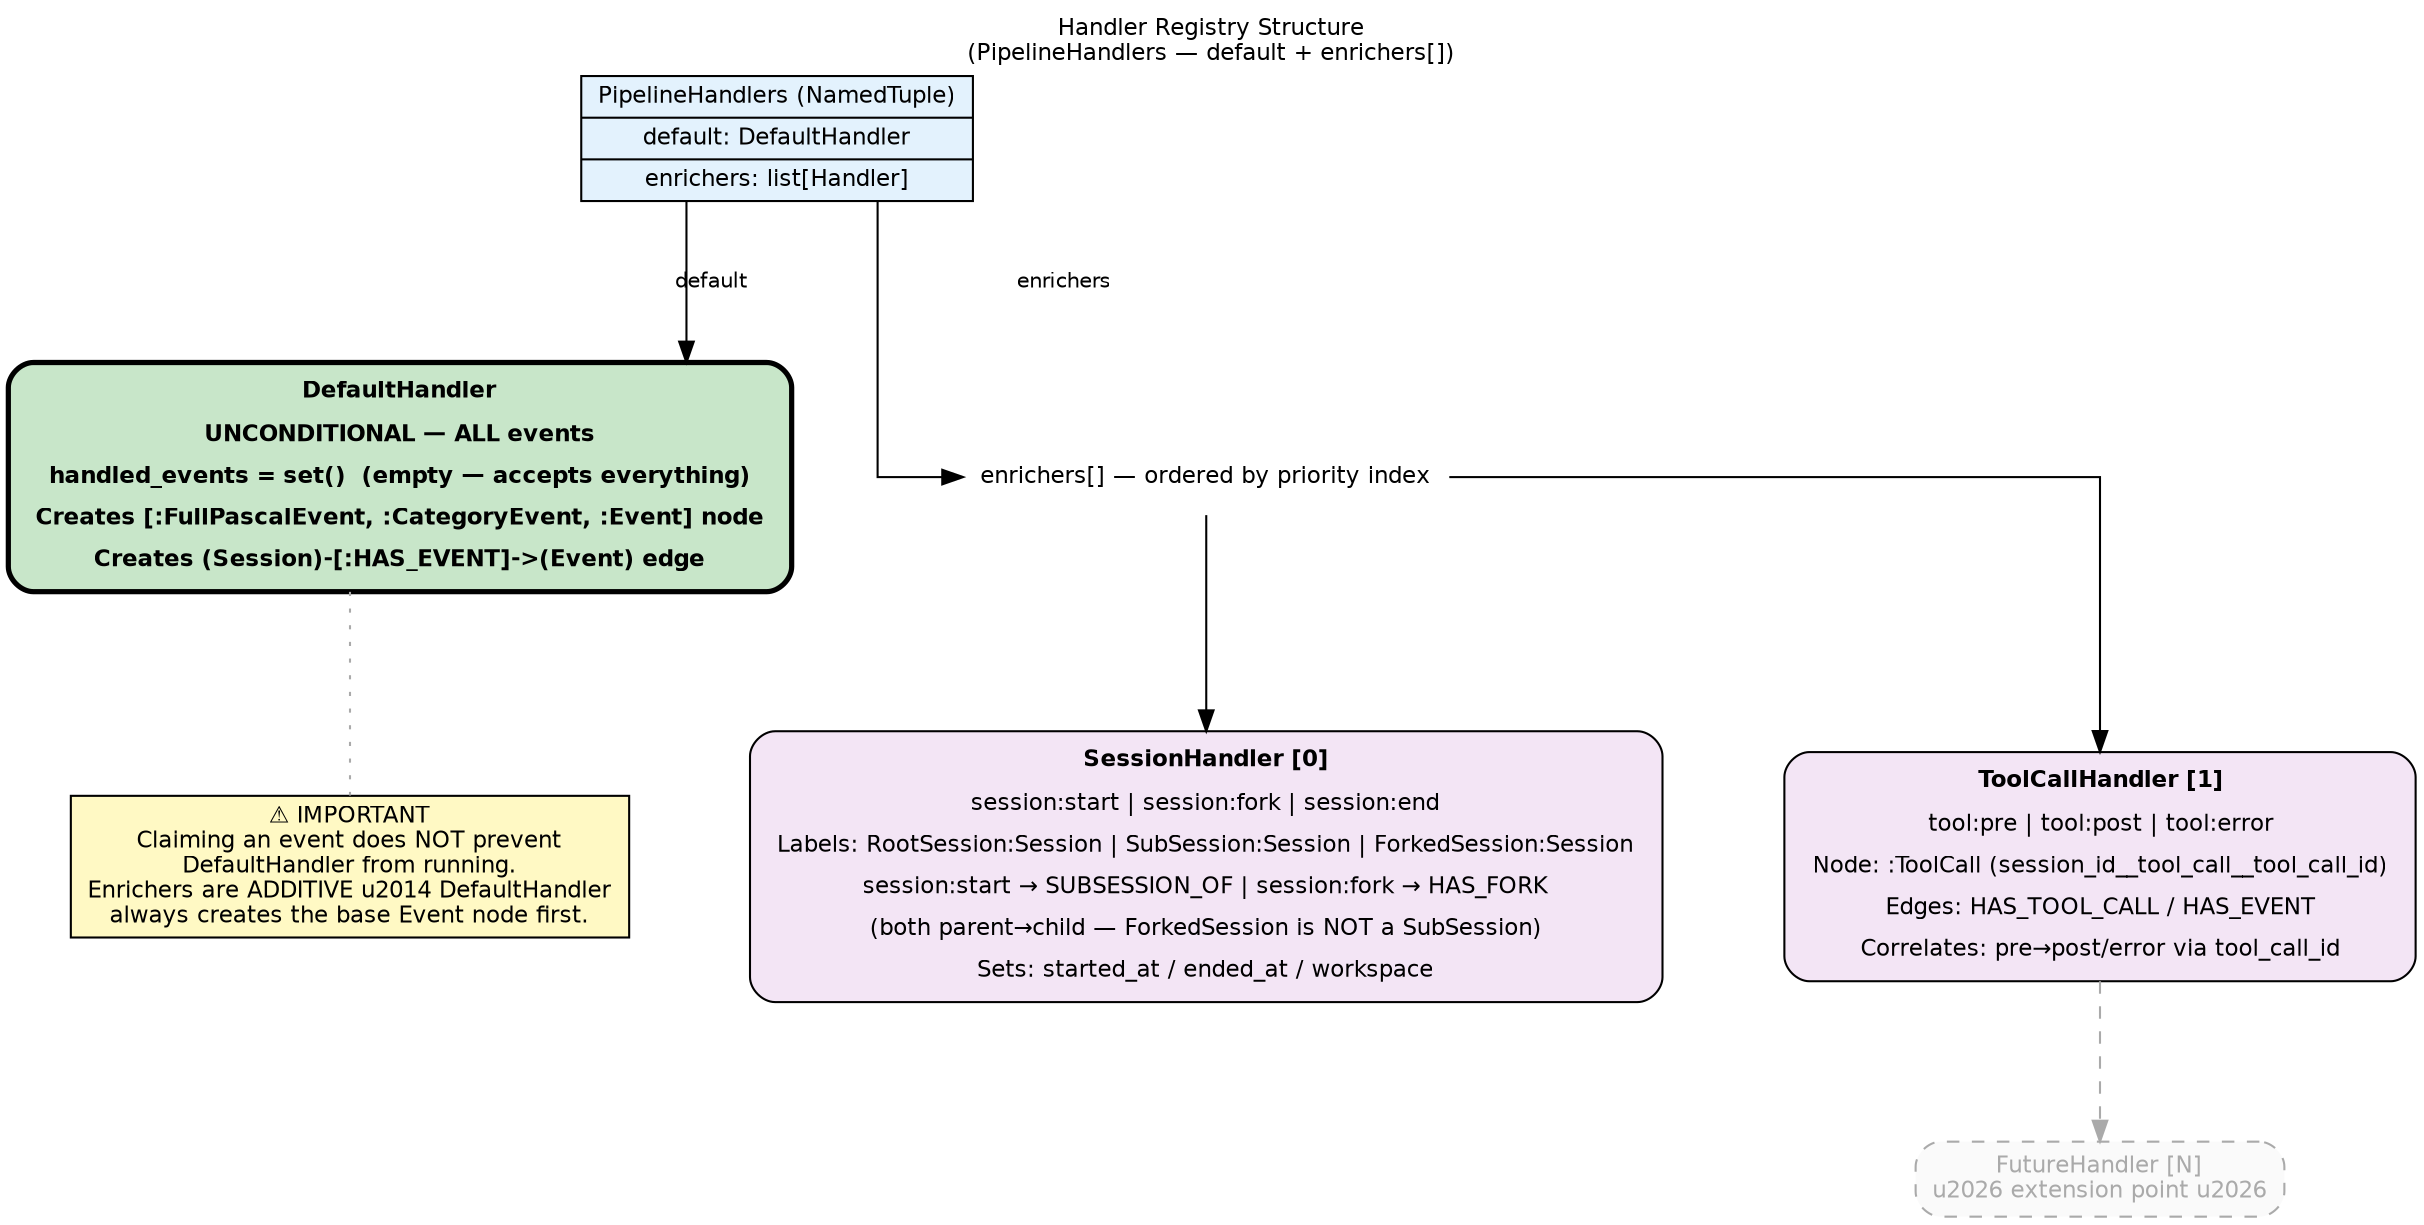
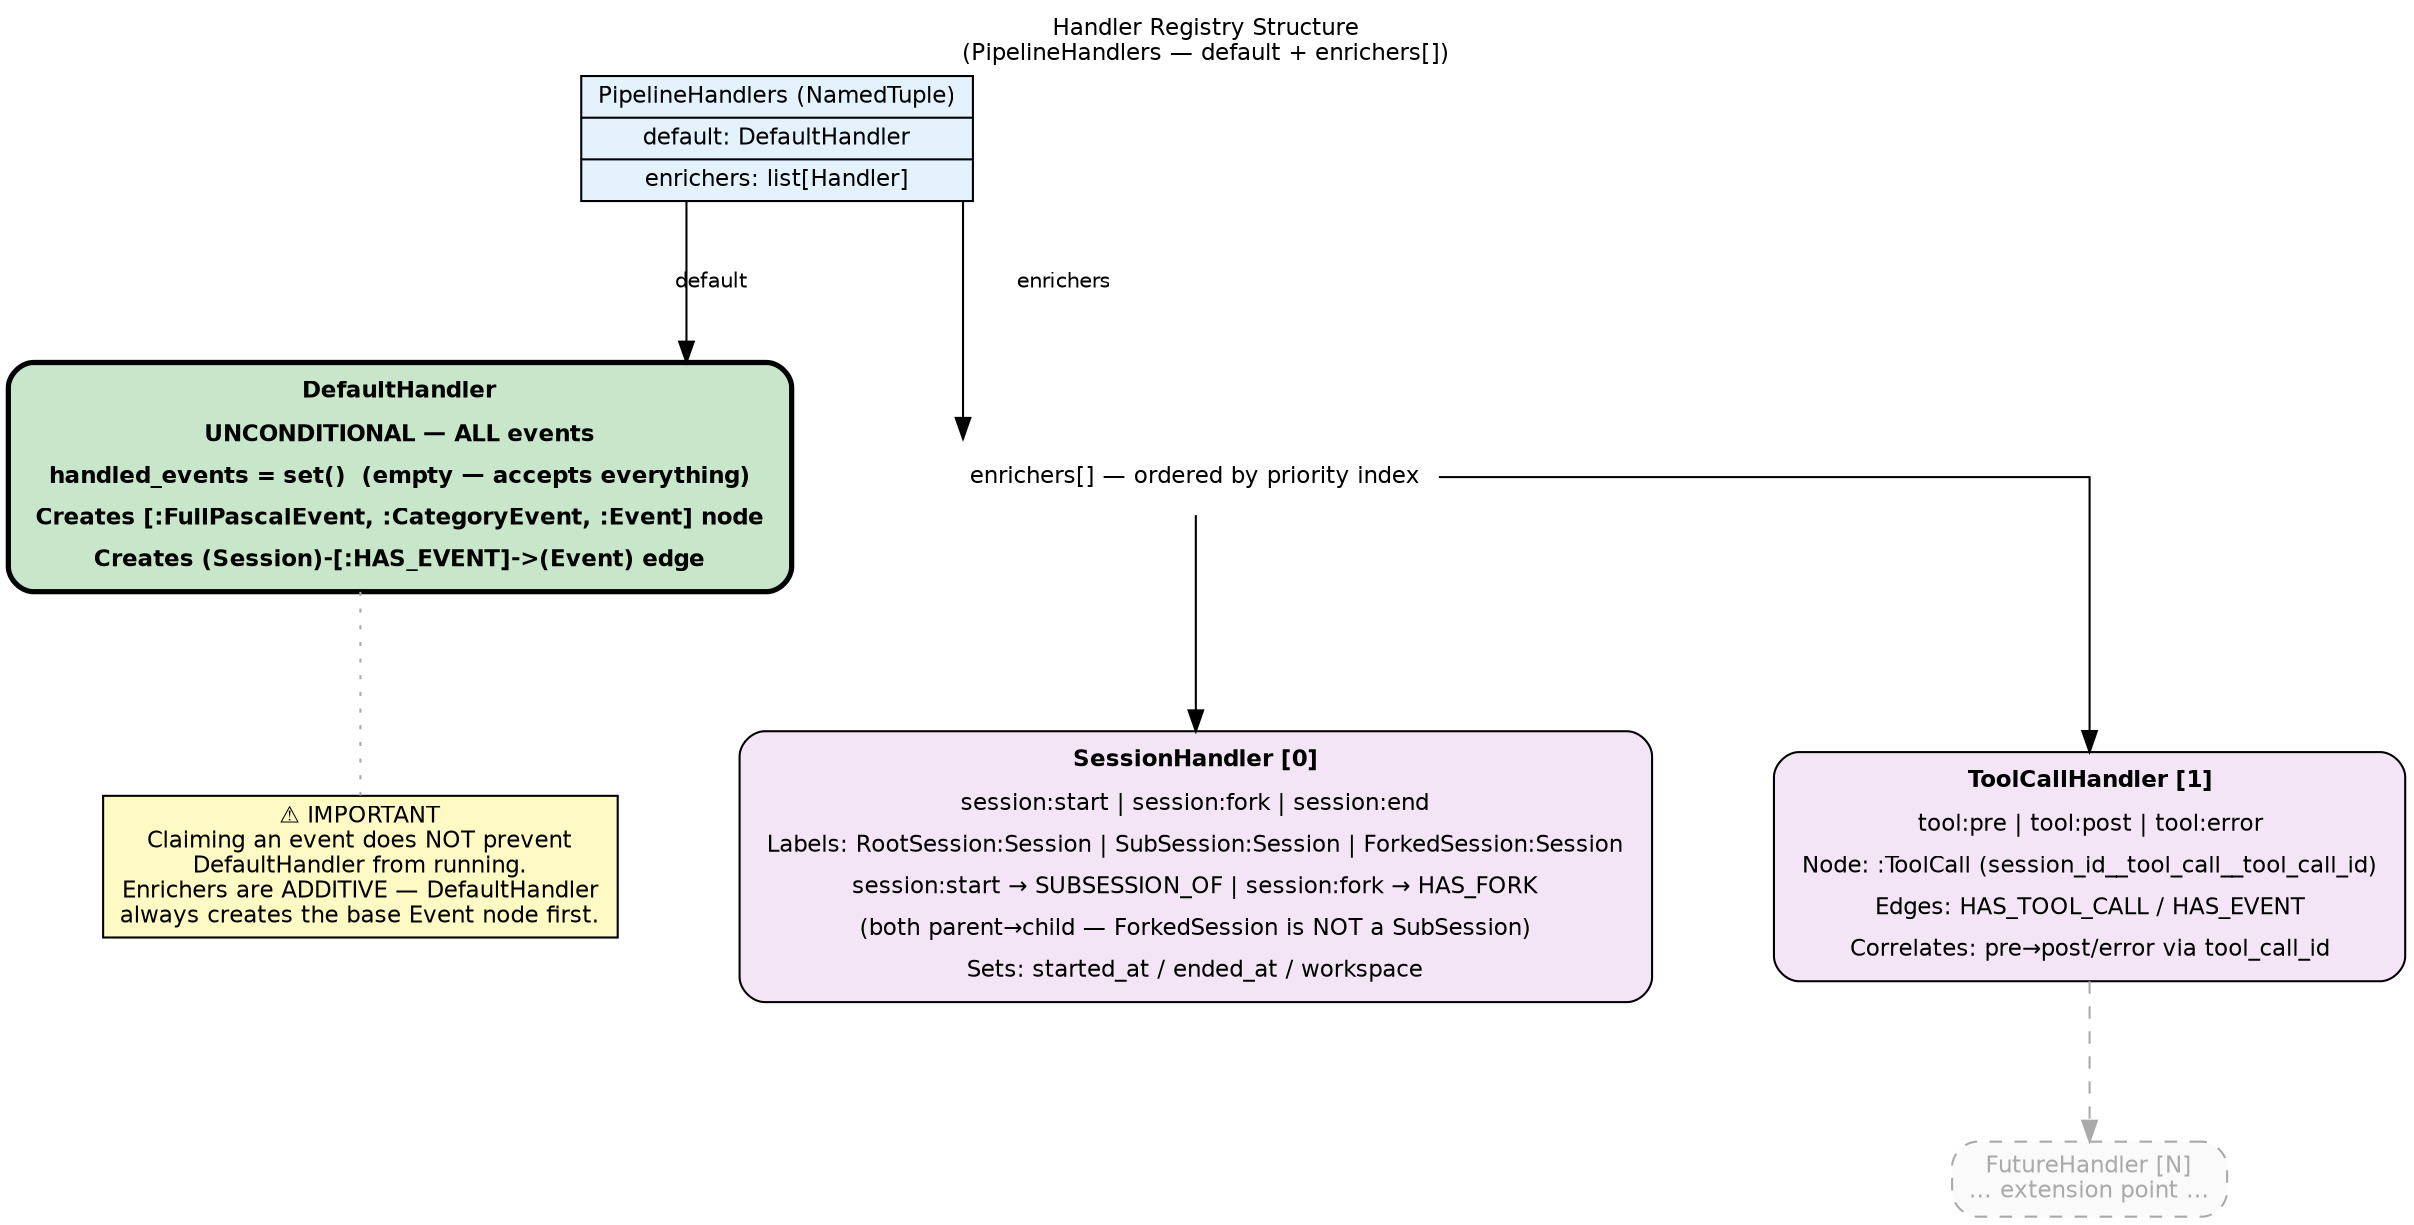
digraph handler_architecture {
    // ── Global defaults ───────────────────────────────────────────────────────
    graph [
        rankdir   = TB
        splines   = ortho
        nodesep   = 0.8
        ranksep   = 0.9
        fontname  = "Helvetica"
        fontsize  = 11
        label     = "Handler Registry Structure\n(PipelineHandlers — default + enrichers[])"
        labelloc  = t
        labeljust = c
    ]
    node [
        fontname = "Helvetica"
        fontsize = 11
        style    = "filled,rounded"
        shape    = box
    ]
    edge [
        fontname = "Helvetica"
        fontsize = 10
    ]

    // ── PipelineHandlers (NamedTuple record) ──────────────────────────────────
    PipelineHandlers [
        shape     = record
        style     = "filled"
        fillcolor = "#E3F2FD"
        label     = "{PipelineHandlers (NamedTuple) | default: DefaultHandler | enrichers: list[Handler]}"
    ]

    // ── DefaultHandler (ALWAYS — unconditional base layer) ────────────────────
    DefaultHandler [
        shape     = box
        style     = "filled,rounded"
        fillcolor = "#C8E6C9"
        fontname  = "Helvetica-Bold"
        penwidth  = 2.5
        label     = <<TABLE BORDER="0" CELLBORDER="0" CELLSPACING="2" CELLPADDING="3">
            <TR><TD><B>DefaultHandler</B></TD></TR>
            <TR><TD>UNCONDITIONAL &#8212; ALL events</TD></TR>
            <TR><TD>handled_events = set()  (empty &#8212; accepts everything)</TD></TR>
            <TR><TD>Creates [:FullPascalEvent, :CategoryEvent, :Event] node</TD></TR>
            <TR><TD>Creates (Session)-[:HAS_EVENT]-&gt;(Event) edge</TD></TR>
        </TABLE>>
    ]

    // ── Enrichers ordered list label ──────────────────────────────────────────
    enrichers_label [
        shape     = plaintext
        style     = ""
        fillcolor = "transparent"
-         label     = "enrichers[] &#8212; ordered by priority index"
+         label     = "enrichers[] — ordered by priority index"
    ]

    // ── SessionHandler [0] ────────────────────────────────────────────────────
    SessionHandler [
        shape     = box
        style     = "filled,rounded"
        fillcolor = "#F3E5F5"
        label     = <<TABLE BORDER="0" CELLBORDER="0" CELLSPACING="2" CELLPADDING="3">
            <TR><TD><B>SessionHandler [0]</B></TD></TR>
            <TR><TD>session:start | session:fork | session:end</TD></TR>
            <TR><TD>Labels: RootSession:Session | SubSession:Session | ForkedSession:Session</TD></TR>
            <TR><TD>session:start &#8594; SUBSESSION_OF | session:fork &#8594; HAS_FORK</TD></TR>
            <TR><TD>(both parent&#8594;child — ForkedSession is NOT a SubSession)</TD></TR>
            <TR><TD>Sets: started_at / ended_at / workspace</TD></TR>
        </TABLE>>
    ]

    // ── ToolCallHandler [1] ───────────────────────────────────────────────────
    ToolCallHandler [
        shape     = box
        style     = "filled,rounded"
        fillcolor = "#F3E5F5"
        label     = <<TABLE BORDER="0" CELLBORDER="0" CELLSPACING="2" CELLPADDING="3">
            <TR><TD><B>ToolCallHandler [1]</B></TD></TR>
            <TR><TD>tool:pre | tool:post | tool:error</TD></TR>
            <TR><TD>Node: :ToolCall (session_id__tool_call__tool_call_id)</TD></TR>
            <TR><TD>Edges: HAS_TOOL_CALL / HAS_EVENT</TD></TR>
            <TR><TD>Correlates: pre&#8594;post/error via tool_call_id</TD></TR>
        </TABLE>>
    ]

    // ── FutureHandler [N] (extension point) ───────────────────────────────────
    FutureHandler [
        shape     = box
        style     = "filled,rounded,dashed"
        fillcolor = "#FAFAFA"
        color     = "#AAAAAA"
        fontcolor = "#AAAAAA"
-         label     = "FutureHandler [N]\n\u2026 extension point \u2026"
+         label     = "FutureHandler [N]\n… extension point …"
    ]

    // ── Warning note ──────────────────────────────────────────────────────────
    note [
        shape     = box
        style     = "filled"
        fillcolor = "#FFF9C4"
-         label     = "⚠ IMPORTANT\nClaiming an event does NOT prevent\nDefaultHandler from running.\nEnrichers are ADDITIVE \u2014 DefaultHandler\nalways creates the base Event node first."
+         label     = "⚠ IMPORTANT\nClaiming an event does NOT prevent\nDefaultHandler from running.\nEnrichers are ADDITIVE — DefaultHandler\nalways creates the base Event node first."
    ]

    // ── Edges ─────────────────────────────────────────────────────────────────
    PipelineHandlers -> DefaultHandler   [label = "default"]
    PipelineHandlers -> enrichers_label  [label = "enrichers"]
    enrichers_label  -> SessionHandler
    enrichers_label  -> ToolCallHandler
    ToolCallHandler  -> FutureHandler    [style = dashed, color = "#AAAAAA"]
    DefaultHandler   -> note             [style = dotted, color = "#AAAAAA", arrowhead = none]
}
